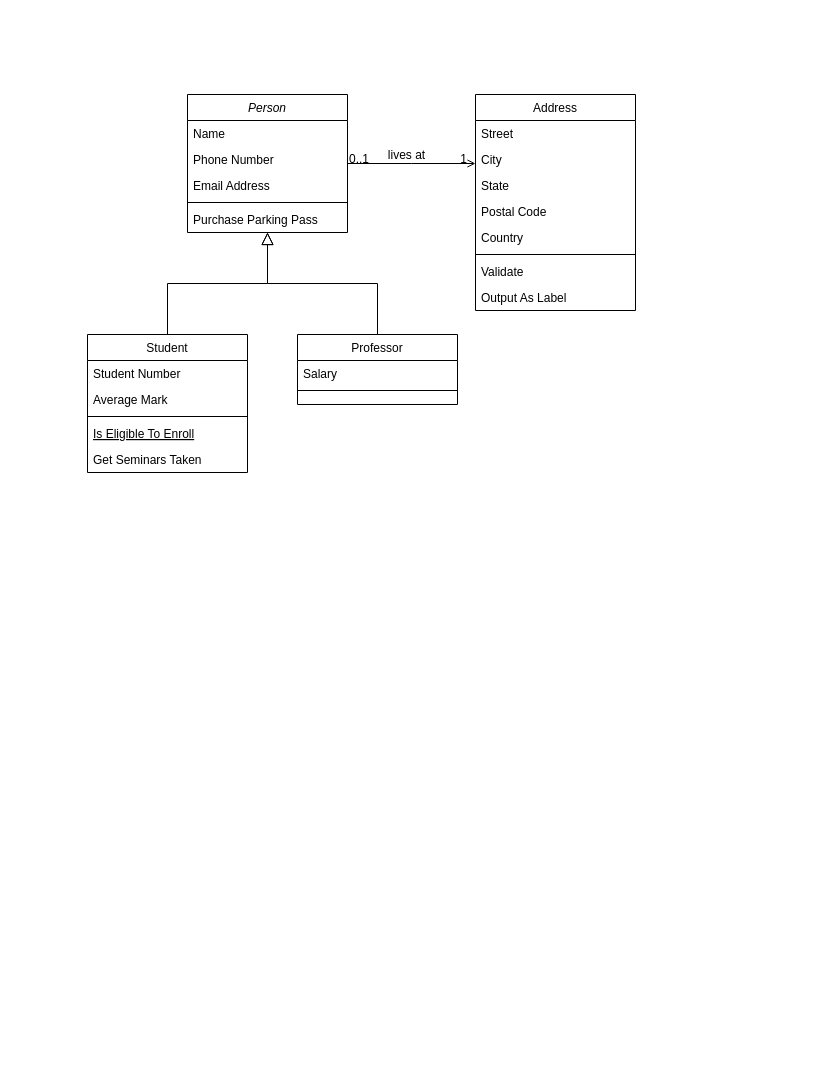
Earlier version of the draw.io diagram Діаграма без назви.drawio (Grigory-Yunusov/Tech_Sage). Source tidied: cells renumbered, new cells numbered last; positions are measured from the earlier drawing's top-left corner, leaving out a move shared by most shapes. Both pictures are drawn from the tidied source at 100%, with x=0, y=0 at pixel (87, 94).
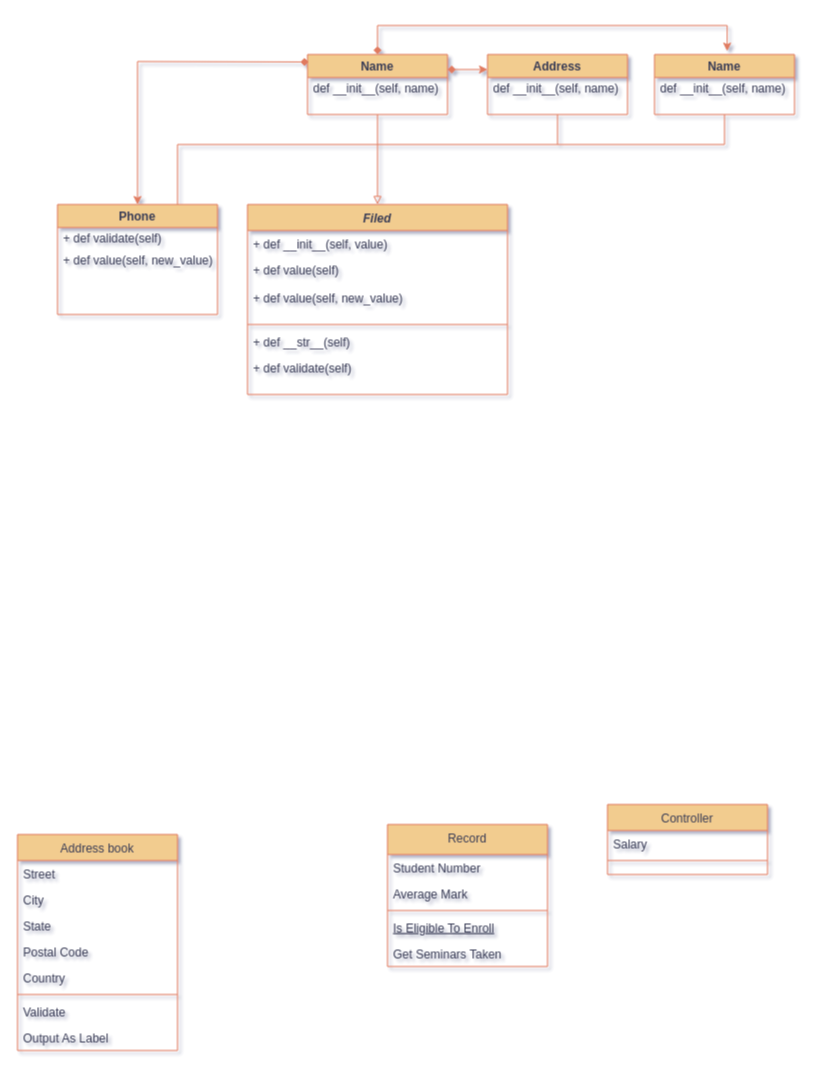
After the change.

The edit, as a diff of the source:
```diff
@@
-<mxGraphModel>
+<mxGraphModel shadow="1">
@@
-    <mxCell id="2" value="Person" style="swimlane;fontStyle=2;align=center;verticalAlign=top;horizontal=1;startSize=26;rounded=0;shadow=0;strokeWidth=1;" parent="1" vertex="1">
-      <mxGeometry x="100" width="160" height="138" as="geometry" />
+    <mxCell id="2" value="Filed" style="swimlane;fontStyle=3;align=center;verticalAlign=top;horizontal=1;startSize=26;rounded=0;shadow=0;strokeWidth=1;labelBackgroundColor=none;fillColor=#F2CC8F;strokeColor=#E07A5F;fontColor=#393C56;" parent="1" vertex="1">
+      <mxGeometry x="160" y="110" width="260" height="190" as="geometry" />
     </mxCell>
-    <mxCell id="3" value="Name" style="text;align=left;verticalAlign=top;spacingLeft=4;spacingRight=4;overflow=hidden;" parent="2" vertex="1">
-      <mxGeometry y="26" width="160" height="26" as="geometry" />
+    <mxCell id="3" value="+ def __init__(self, value)" style="text;align=left;verticalAlign=top;spacingLeft=4;spacingRight=4;overflow=hidden;labelBackgroundColor=none;fontColor=#393C56;" parent="2" vertex="1">
+      <mxGeometry y="26" width="260" height="26" as="geometry" />
     </mxCell>
-    <mxCell id="4" value="Phone Number" style="text;align=left;verticalAlign=top;spacingLeft=4;spacingRight=4;overflow=hidden;rounded=0;shadow=0;html=0;" parent="2" vertex="1">
-      <mxGeometry y="52" width="160" height="26" as="geometry" />
+    <mxCell id="4" value="+ def value(self)" style="text;align=left;verticalAlign=top;spacingLeft=4;spacingRight=4;overflow=hidden;rounded=0;shadow=0;html=0;labelBackgroundColor=none;fontColor=#393C56;" parent="2" vertex="1">
+      <mxGeometry y="52" width="260" height="28" as="geometry" />
     </mxCell>
-    <mxCell id="5" value="Email Address" style="text;align=left;verticalAlign=top;spacingLeft=4;spacingRight=4;overflow=hidden;rounded=0;shadow=0;html=0;" parent="2" vertex="1">
-      <mxGeometry y="78" width="160" height="26" as="geometry" />
+    <mxCell id="5" value="+ def value(self, new_value)" style="text;align=left;verticalAlign=top;spacingLeft=4;spacingRight=4;overflow=hidden;rounded=0;shadow=0;html=0;labelBackgroundColor=none;fontColor=#393C56;" parent="2" vertex="1">
+      <mxGeometry y="80" width="260" height="36" as="geometry" />
     </mxCell>
-    <mxCell id="6" style="line;html=1;strokeWidth=1;align=left;verticalAlign=middle;spacingTop=-1;spacingLeft=3;spacingRight=3;labelPosition=right;" parent="2" vertex="1">
-      <mxGeometry y="104" width="160" height="8" as="geometry" />
+    <mxCell id="6" style="line;html=1;strokeWidth=1;align=left;verticalAlign=middle;spacingTop=-1;spacingLeft=3;spacingRight=3;labelPosition=right;labelBackgroundColor=none;fillColor=#F2CC8F;strokeColor=#E07A5F;fontColor=#393C56;" parent="2" vertex="1">
+      <mxGeometry y="116" width="260" height="8" as="geometry" />
     </mxCell>
-    <mxCell id="7" value="Purchase Parking Pass" style="text;align=left;verticalAlign=top;spacingLeft=4;spacingRight=4;overflow=hidden;" parent="2" vertex="1">
-      <mxGeometry y="112" width="160" height="26" as="geometry" />
+    <mxCell id="7" value="+ def __str__(self)" style="text;align=left;verticalAlign=top;spacingLeft=4;spacingRight=4;overflow=hidden;labelBackgroundColor=none;fontColor=#393C56;" parent="2" vertex="1">
+      <mxGeometry y="124" width="260" height="26" as="geometry" />
     </mxCell>
+    <mxCell id="32" value="+ def validate(self)" style="text;align=left;verticalAlign=top;spacingLeft=4;spacingRight=4;overflow=hidden;rounded=0;shadow=0;html=0;labelBackgroundColor=none;fontColor=#393C56;" parent="2" vertex="1">
+      <mxGeometry y="150" width="260" height="36" as="geometry" />
+    </mxCell>
-    <mxCell id="8" value="Student" style="swimlane;fontStyle=0;align=center;verticalAlign=top;horizontal=1;startSize=26;rounded=0;shadow=0;strokeWidth=1;" parent="1" vertex="1">
-      <mxGeometry y="240" width="160" height="138" as="geometry" />
+    <mxCell id="8" value="Record" style="swimlane;fontStyle=0;align=center;verticalAlign=top;horizontal=1;startSize=30;rounded=0;shadow=0;strokeWidth=1;labelBackgroundColor=none;fillColor=#F2CC8F;strokeColor=#E07A5F;fontColor=#393C56;" parent="1" vertex="1">
+      <mxGeometry x="300" y="730" width="160" height="142" as="geometry" />
     </mxCell>
-    <mxCell id="9" value="Student Number" style="text;align=left;verticalAlign=top;spacingLeft=4;spacingRight=4;overflow=hidden;" parent="8" vertex="1">
-      <mxGeometry y="26" width="160" height="26" as="geometry" />
+    <mxCell id="9" value="Student Number" style="text;align=left;verticalAlign=top;spacingLeft=4;spacingRight=4;overflow=hidden;labelBackgroundColor=none;fontColor=#393C56;" parent="8" vertex="1">
+      <mxGeometry y="30" width="160" height="26" as="geometry" />
     </mxCell>
-    <mxCell id="10" value="Average Mark" style="text;align=left;verticalAlign=top;spacingLeft=4;spacingRight=4;overflow=hidden;rounded=0;shadow=0;html=0;" parent="8" vertex="1">
-      <mxGeometry y="52" width="160" height="26" as="geometry" />
+    <mxCell id="10" value="Average Mark" style="text;align=left;verticalAlign=top;spacingLeft=4;spacingRight=4;overflow=hidden;rounded=0;shadow=0;html=0;labelBackgroundColor=none;fontColor=#393C56;" parent="8" vertex="1">
+      <mxGeometry y="56" width="160" height="26" as="geometry" />
     </mxCell>
-    <mxCell id="11" style="line;html=1;strokeWidth=1;align=left;verticalAlign=middle;spacingTop=-1;spacingLeft=3;spacingRight=3;labelPosition=right;" parent="8" vertex="1">
-      <mxGeometry y="78" width="160" height="8" as="geometry" />
+    <mxCell id="11" style="line;html=1;strokeWidth=1;align=left;verticalAlign=middle;spacingTop=-1;spacingLeft=3;spacingRight=3;labelPosition=right;labelBackgroundColor=none;fillColor=#F2CC8F;strokeColor=#E07A5F;fontColor=#393C56;" parent="8" vertex="1">
+      <mxGeometry y="82" width="160" height="8" as="geometry" />
     </mxCell>
-    <mxCell id="12" value="Is Eligible To Enroll" style="text;align=left;verticalAlign=top;spacingLeft=4;spacingRight=4;overflow=hidden;fontStyle=4;" parent="8" vertex="1">
-      <mxGeometry y="86" width="160" height="26" as="geometry" />
+    <mxCell id="12" value="Is Eligible To Enroll" style="text;align=left;verticalAlign=top;spacingLeft=4;spacingRight=4;overflow=hidden;fontStyle=4;labelBackgroundColor=none;fontColor=#393C56;" parent="8" vertex="1">
+      <mxGeometry y="90" width="160" height="26" as="geometry" />
     </mxCell>
-    <mxCell id="13" value="Get Seminars Taken" style="text;align=left;verticalAlign=top;spacingLeft=4;spacingRight=4;overflow=hidden;" parent="8" vertex="1">
-      <mxGeometry y="112" width="160" height="26" as="geometry" />
+    <mxCell id="13" value="Get Seminars Taken" style="text;align=left;verticalAlign=top;spacingLeft=4;spacingRight=4;overflow=hidden;labelBackgroundColor=none;fontColor=#393C56;" parent="8" vertex="1">
+      <mxGeometry y="116" width="160" height="26" as="geometry" />
     </mxCell>
-    <mxCell id="14" style="endArrow=block;endSize=10;endFill=0;shadow=0;strokeWidth=1;rounded=0;edgeStyle=elbowEdgeStyle;elbow=vertical;" parent="1" edge="1" source="8" target="2">
-      <mxGeometry relative="1" as="geometry" />
-    </mxCell>
-    <mxCell id="15" value="Professor" style="swimlane;fontStyle=0;align=center;verticalAlign=top;horizontal=1;startSize=26;rounded=0;shadow=0;strokeWidth=1;" parent="1" vertex="1">
-      <mxGeometry x="210" y="240" width="160" height="70" as="geometry" />
+    <mxCell id="15" value="Controller" style="swimlane;fontStyle=0;align=center;verticalAlign=top;horizontal=1;startSize=26;rounded=0;shadow=0;strokeWidth=1;labelBackgroundColor=none;fillColor=#F2CC8F;strokeColor=#E07A5F;fontColor=#393C56;" parent="1" vertex="1">
+      <mxGeometry x="520" y="710" width="160" height="70" as="geometry" />
     </mxCell>
-    <mxCell id="16" value="Salary" style="text;align=left;verticalAlign=top;spacingLeft=4;spacingRight=4;overflow=hidden;" parent="15" vertex="1">
+    <mxCell id="16" value="Salary" style="text;align=left;verticalAlign=top;spacingLeft=4;spacingRight=4;overflow=hidden;labelBackgroundColor=none;fontColor=#393C56;" parent="15" vertex="1">
       <mxGeometry y="26" width="160" height="26" as="geometry" />
     </mxCell>
-    <mxCell id="17" style="line;html=1;strokeWidth=1;align=left;verticalAlign=middle;spacingTop=-1;spacingLeft=3;spacingRight=3;labelPosition=right;" parent="15" vertex="1">
+    <mxCell id="17" style="line;html=1;strokeWidth=1;align=left;verticalAlign=middle;spacingTop=-1;spacingLeft=3;spacingRight=3;labelPosition=right;labelBackgroundColor=none;fillColor=#F2CC8F;strokeColor=#E07A5F;fontColor=#393C56;" parent="15" vertex="1">
       <mxGeometry y="52" width="160" height="8" as="geometry" />
     </mxCell>
-    <mxCell id="18" style="endArrow=block;endSize=10;endFill=0;shadow=0;strokeWidth=1;rounded=0;edgeStyle=elbowEdgeStyle;elbow=vertical;" parent="1" edge="1" source="15" target="2">
-      <mxGeometry relative="1" as="geometry" />
-    </mxCell>
-    <mxCell id="19" value="Address" style="swimlane;fontStyle=0;align=center;verticalAlign=top;horizontal=1;startSize=26;rounded=0;shadow=0;strokeWidth=1;" parent="1" vertex="1">
-      <mxGeometry x="388" width="160" height="216" as="geometry" />
+    <mxCell id="19" value="Address book&#10;" style="swimlane;fontStyle=0;align=center;verticalAlign=top;horizontal=1;startSize=26;rounded=0;shadow=0;strokeWidth=1;labelBackgroundColor=none;fillColor=#F2CC8F;strokeColor=#E07A5F;fontColor=#393C56;" parent="1" vertex="1">
+      <mxGeometry x="-70" y="740" width="160" height="216" as="geometry" />
     </mxCell>
-    <mxCell id="20" value="Street" style="text;align=left;verticalAlign=top;spacingLeft=4;spacingRight=4;overflow=hidden;" parent="19" vertex="1">
+    <mxCell id="20" value="Street" style="text;align=left;verticalAlign=top;spacingLeft=4;spacingRight=4;overflow=hidden;labelBackgroundColor=none;fontColor=#393C56;" parent="19" vertex="1">
       <mxGeometry y="26" width="160" height="26" as="geometry" />
     </mxCell>
-    <mxCell id="21" value="City" style="text;align=left;verticalAlign=top;spacingLeft=4;spacingRight=4;overflow=hidden;rounded=0;shadow=0;html=0;" parent="19" vertex="1">
+    <mxCell id="21" value="City" style="text;align=left;verticalAlign=top;spacingLeft=4;spacingRight=4;overflow=hidden;rounded=0;shadow=0;html=0;labelBackgroundColor=none;fontColor=#393C56;" parent="19" vertex="1">
       <mxGeometry y="52" width="160" height="26" as="geometry" />
     </mxCell>
-    <mxCell id="22" value="State" style="text;align=left;verticalAlign=top;spacingLeft=4;spacingRight=4;overflow=hidden;rounded=0;shadow=0;html=0;" parent="19" vertex="1">
+    <mxCell id="22" value="State" style="text;align=left;verticalAlign=top;spacingLeft=4;spacingRight=4;overflow=hidden;rounded=0;shadow=0;html=0;labelBackgroundColor=none;fontColor=#393C56;" parent="19" vertex="1">
       <mxGeometry y="78" width="160" height="26" as="geometry" />
     </mxCell>
-    <mxCell id="23" value="Postal Code" style="text;align=left;verticalAlign=top;spacingLeft=4;spacingRight=4;overflow=hidden;rounded=0;shadow=0;html=0;" parent="19" vertex="1">
+    <mxCell id="23" value="Postal Code" style="text;align=left;verticalAlign=top;spacingLeft=4;spacingRight=4;overflow=hidden;rounded=0;shadow=0;html=0;labelBackgroundColor=none;fontColor=#393C56;" parent="19" vertex="1">
       <mxGeometry y="104" width="160" height="26" as="geometry" />
     </mxCell>
-    <mxCell id="24" value="Country" style="text;align=left;verticalAlign=top;spacingLeft=4;spacingRight=4;overflow=hidden;rounded=0;shadow=0;html=0;" parent="19" vertex="1">
+    <mxCell id="24" value="Country" style="text;align=left;verticalAlign=top;spacingLeft=4;spacingRight=4;overflow=hidden;rounded=0;shadow=0;html=0;labelBackgroundColor=none;fontColor=#393C56;" parent="19" vertex="1">
       <mxGeometry y="130" width="160" height="26" as="geometry" />
     </mxCell>
-    <mxCell id="25" style="line;html=1;strokeWidth=1;align=left;verticalAlign=middle;spacingTop=-1;spacingLeft=3;spacingRight=3;labelPosition=right;" parent="19" vertex="1">
+    <mxCell id="25" style="line;html=1;strokeWidth=1;align=left;verticalAlign=middle;spacingTop=-1;spacingLeft=3;spacingRight=3;labelPosition=right;labelBackgroundColor=none;fillColor=#F2CC8F;strokeColor=#E07A5F;fontColor=#393C56;" parent="19" vertex="1">
       <mxGeometry y="156" width="160" height="8" as="geometry" />
     </mxCell>
-    <mxCell id="26" value="Validate" style="text;align=left;verticalAlign=top;spacingLeft=4;spacingRight=4;overflow=hidden;" parent="19" vertex="1">
+    <mxCell id="26" value="Validate" style="text;align=left;verticalAlign=top;spacingLeft=4;spacingRight=4;overflow=hidden;labelBackgroundColor=none;fontColor=#393C56;" parent="19" vertex="1">
       <mxGeometry y="164" width="160" height="26" as="geometry" />
     </mxCell>
-    <mxCell id="27" value="Output As Label" style="text;align=left;verticalAlign=top;spacingLeft=4;spacingRight=4;overflow=hidden;" parent="19" vertex="1">
+    <mxCell id="27" value="Output As Label" style="text;align=left;verticalAlign=top;spacingLeft=4;spacingRight=4;overflow=hidden;labelBackgroundColor=none;fontColor=#393C56;" parent="19" vertex="1">
       <mxGeometry y="190" width="160" height="26" as="geometry" />
     </mxCell>
-    <mxCell id="28" style="endArrow=open;shadow=0;strokeWidth=1;rounded=0;endFill=1;edgeStyle=elbowEdgeStyle;elbow=vertical;" parent="1" edge="1" source="2" target="19">
-      <mxGeometry x="0.5" y="41" relative="1" as="geometry">
-        <mxPoint x="-40" y="32" as="offset" />
-      </mxGeometry>
-    </mxCell>
-    <mxCell id="29" value="0..1" style="align=left;verticalAlign=bottom;labelBackgroundColor=none;fontSize=12;" parent="28" vertex="1">
-      <mxGeometry x="-1" relative="1" as="geometry">
-        <mxPoint y="4" as="offset" />
-      </mxGeometry>
-    </mxCell>
-    <mxCell id="30" value="1" style="align=right;verticalAlign=bottom;labelBackgroundColor=none;fontSize=12;" parent="28" vertex="1">
-      <mxGeometry x="1" relative="1" as="geometry">
-        <mxPoint x="-7" y="4" as="offset" />
-      </mxGeometry>
-    </mxCell>
-    <mxCell id="31" value="lives at" style="text;html=1;align=center;verticalAlign=middle;labelBackgroundColor=none;rounded=0;shadow=0;strokeWidth=1;fontSize=12;" parent="28" vertex="1">
-      <mxGeometry x="0.5" y="49" relative="1" as="geometry">
-        <mxPoint x="-38" y="40" as="offset" />
-      </mxGeometry>
-    </mxCell>
+    <mxCell id="33" style="edgeStyle=orthogonalEdgeStyle;rounded=0;jettySize=auto;html=1;exitX=1;exitY=0.25;exitDx=0;exitDy=0;entryX=0;entryY=0.25;entryDx=0;entryDy=0;strokeColor=#E07A5F;fontColor=#393C56;fillColor=#F2CC8F;startArrow=diamond;startFill=1;" parent="1" edge="1" source="35" target="43">
+      <mxGeometry relative="1" as="geometry" />
+    </mxCell>
+    <mxCell id="34" style="edgeStyle=orthogonalEdgeStyle;rounded=0;jettySize=auto;html=1;exitX=0.5;exitY=0;exitDx=0;exitDy=0;strokeColor=#E07A5F;fontColor=#393C56;fillColor=#F2CC8F;entryX=0.519;entryY=-0.056;entryDx=0;entryDy=0;entryPerimeter=0;startArrow=diamond;startFill=1;" parent="1" edge="1" source="35" target="46">
+      <mxGeometry relative="1" as="geometry">
+        <Array as="points">
+          <mxPoint x="290" y="-69" />
+          <mxPoint x="640" y="-69" />
+        </Array>
+      </mxGeometry>
+    </mxCell>
+    <mxCell id="35" value="Name" style="swimlane;whiteSpace=wrap;html=1;labelBackgroundColor=none;fillColor=#F2CC8F;strokeColor=#E07A5F;fontColor=#393C56;" parent="1" vertex="1">
+      <mxGeometry x="220" y="-40" width="140" height="60" as="geometry" />
+    </mxCell>
+    <mxCell id="36" value="def __init__(self, name)" style="text;align=left;verticalAlign=top;spacingLeft=4;spacingRight=4;overflow=hidden;labelBackgroundColor=none;fontColor=#393C56;" parent="35" vertex="1">
+      <mxGeometry y="20" width="160" height="26" as="geometry" />
+    </mxCell>
+    <mxCell id="37" style="edgeStyle=orthogonalEdgeStyle;rounded=0;jettySize=auto;html=1;exitX=0.75;exitY=0;exitDx=0;exitDy=0;entryX=0.5;entryY=0;entryDx=0;entryDy=0;endArrow=block;endFill=0;labelBackgroundColor=none;strokeColor=#E07A5F;fontColor=default;" parent="1" edge="1" source="38" target="2">
+      <mxGeometry relative="1" as="geometry">
+        <Array as="points">
+          <mxPoint x="90" y="110" />
+          <mxPoint x="90" y="50" />
+          <mxPoint x="290" y="50" />
+        </Array>
+      </mxGeometry>
+    </mxCell>
+    <mxCell id="38" value="Phone" style="swimlane;whiteSpace=wrap;html=1;startSize=23;labelBackgroundColor=none;fillColor=#F2CC8F;strokeColor=#E07A5F;fontColor=#393C56;" parent="1" vertex="1">
+      <mxGeometry x="-30" y="110" width="160" height="110" as="geometry" />
+    </mxCell>
+    <mxCell id="39" value="+ def validate(self)" style="text;align=left;verticalAlign=top;spacingLeft=4;spacingRight=4;overflow=hidden;labelBackgroundColor=none;fontColor=#393C56;" parent="38" vertex="1">
+      <mxGeometry y="20" width="160" height="26" as="geometry" />
+    </mxCell>
+    <mxCell id="40" value="+ def value(self, new_value)" style="text;align=left;verticalAlign=top;spacingLeft=4;spacingRight=4;overflow=hidden;labelBackgroundColor=none;fontColor=#393C56;" parent="38" vertex="1">
+      <mxGeometry y="42" width="160" height="26" as="geometry" />
+    </mxCell>
+    <mxCell id="41" style="endArrow=classic;startArrow=diamond;html=1;rounded=0;startFill=1;entryX=0.5;entryY=0;entryDx=0;entryDy=0;exitX=0.008;exitY=0.124;exitDx=0;exitDy=0;exitPerimeter=0;labelBackgroundColor=none;strokeColor=#E07A5F;fontColor=default;" parent="1" edge="1" source="35" target="38">
+      <mxGeometry relative="1" as="geometry">
+        <Array as="points">
+          <mxPoint x="50" y="-33" />
+        </Array>
+      </mxGeometry>
+    </mxCell>
+    <mxCell id="42" style="endArrow=none;html=1;rounded=0;entryX=0.5;entryY=1;entryDx=0;entryDy=0;labelBackgroundColor=none;strokeColor=#E07A5F;fontColor=default;" parent="1" edge="1" target="35">
+      <mxGeometry relative="1" as="geometry">
+        <mxPoint x="290" y="50" as="sourcePoint" />
+      </mxGeometry>
+    </mxCell>
+    <mxCell id="43" value="Address" style="swimlane;whiteSpace=wrap;html=1;labelBackgroundColor=none;fillColor=#F2CC8F;strokeColor=#E07A5F;fontColor=#393C56;startSize=23;" parent="1" vertex="1">
+      <mxGeometry x="400" y="-40" width="140" height="60" as="geometry" />
+    </mxCell>
+    <mxCell id="44" value="def __init__(self, name)" style="text;align=left;verticalAlign=top;spacingLeft=4;spacingRight=4;overflow=hidden;labelBackgroundColor=none;fontColor=#393C56;" parent="43" vertex="1">
+      <mxGeometry y="20" width="160" height="26" as="geometry" />
+    </mxCell>
+    <mxCell id="45" style="endArrow=none;html=1;rounded=0;strokeColor=#E07A5F;fontColor=#393C56;fillColor=#F2CC8F;exitX=0.5;exitY=1;exitDx=0;exitDy=0;" parent="1" edge="1" source="43">
+      <mxGeometry relative="1" as="geometry">
+        <mxPoint x="290" y="50" as="targetPoint" />
+        <Array as="points">
+          <mxPoint x="470" y="50" />
+        </Array>
+      </mxGeometry>
+    </mxCell>
+    <mxCell id="46" value="Name" style="swimlane;whiteSpace=wrap;html=1;labelBackgroundColor=none;fillColor=#F2CC8F;strokeColor=#E07A5F;fontColor=#393C56;" parent="1" vertex="1">
+      <mxGeometry x="567" y="-40" width="140" height="60" as="geometry" />
+    </mxCell>
+    <mxCell id="47" value="def __init__(self, name)" style="text;align=left;verticalAlign=top;spacingLeft=4;spacingRight=4;overflow=hidden;labelBackgroundColor=none;fontColor=#393C56;" parent="46" vertex="1">
+      <mxGeometry y="20" width="160" height="26" as="geometry" />
+    </mxCell>
+    <mxCell id="48" style="endArrow=none;html=1;rounded=0;strokeColor=#E07A5F;fontColor=#393C56;fillColor=#F2CC8F;entryX=0.5;entryY=1;entryDx=0;entryDy=0;" parent="1" edge="1" target="46">
+      <mxGeometry relative="1" as="geometry">
+        <mxPoint x="470" y="50" as="sourcePoint" />
+        <Array as="points">
+          <mxPoint x="637" y="50" />
+        </Array>
+      </mxGeometry>
+    </mxCell>
```
